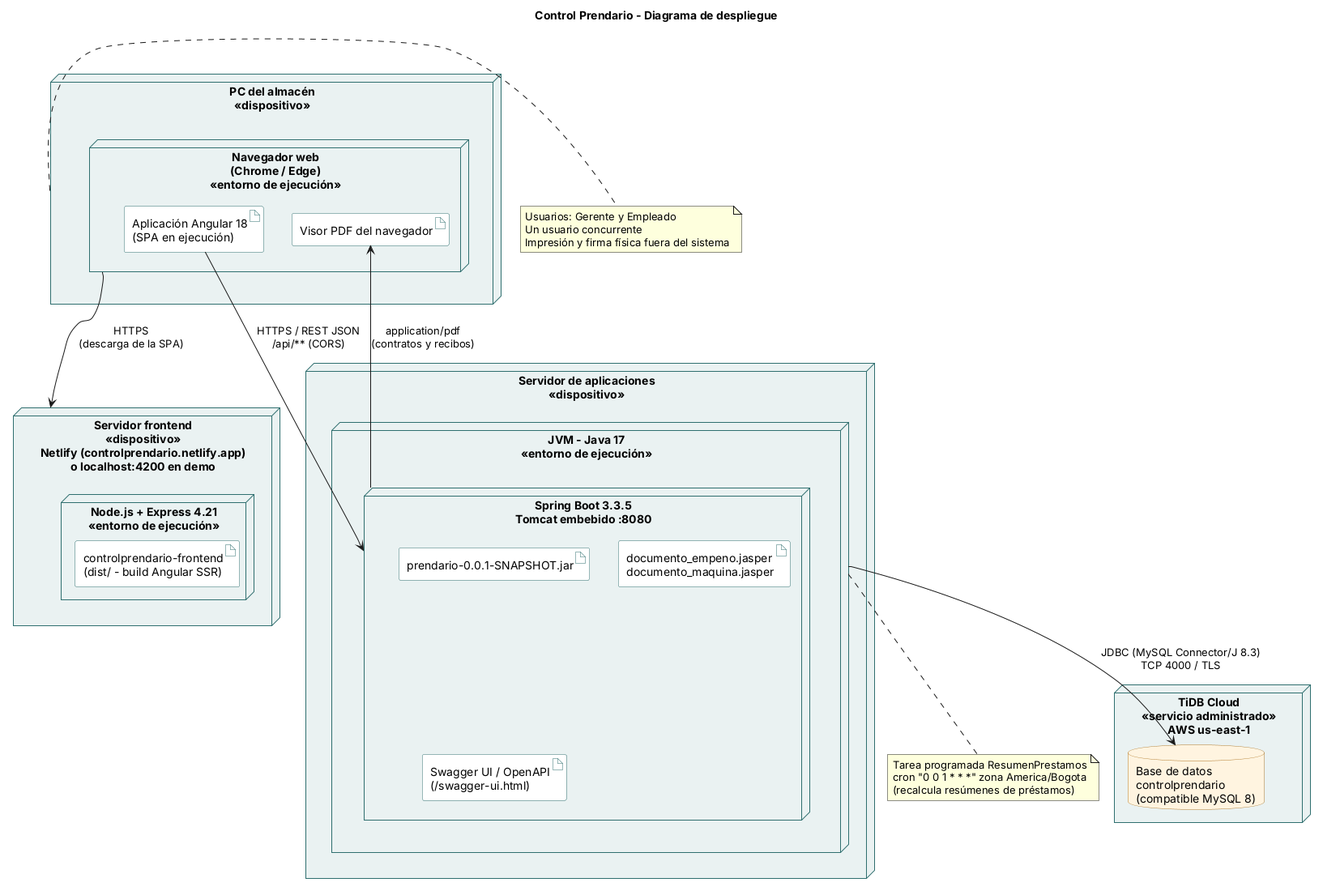
Before: docs/diagramas/png/07-despliegue.png, a diagram exported from PlantUML (ElPiston1870/controlprendario-api). The source it was exported from:
```plantuml
@startuml 07-despliegue
title Control Prendario - Diagrama de despliegue

skinparam shadowing false
skinparam defaultFontName Arial
skinparam node {
  BackgroundColor #EAF2F2
  BorderColor #2F6F6F
}
skinparam artifact {
  BackgroundColor #FFFFFF
  BorderColor #2F6F6F
}
skinparam database {
  BackgroundColor #FFF4E0
  BorderColor #B07A2A
}

node "PC del almacén\n<<dispositivo>>" as pc {
  node "Navegador web\n(Chrome / Edge)\n<<entorno de ejecución>>" as browser {
    artifact "Aplicación Angular 18\n(SPA en ejecución)" as spa
    artifact "Visor PDF del navegador" as visor
  }
}

node "Servidor frontend\n<<dispositivo>>\nNetlify (controlprendario.netlify.app)\no localhost:4200 en demo" as front {
  node "Node.js + Express 4.21\n<<entorno de ejecución>>" as node {
    artifact "controlprendario-frontend\n(dist/ - build Angular SSR)" as dist
  }
}

node "Servidor de aplicaciones\n<<dispositivo>>" as appsrv {
  node "JVM - Java 17\n<<entorno de ejecución>>" as jvm {
    node "Spring Boot 3.3.5\nTomcat embebido :8080" as boot {
      artifact "prendario-0.0.1-SNAPSHOT.jar" as jar
      artifact "documento_empeno.jasper\ndocumento_maquina.jasper" as jasper
      artifact "Swagger UI / OpenAPI\n(/swagger-ui.html)" as swagger
    }
  }
}

node "TiDB Cloud\n<<servicio administrado>>\nAWS us-east-1" as cloud {
  database "Base de datos\ncontrolprendario\n(compatible MySQL 8)" as db
}

browser --> front : HTTPS\n(descarga de la SPA)
spa --> boot : HTTPS / REST JSON\n/api/** (CORS)
boot --> visor : application/pdf\n(contratos y recibos)
jvm --> db : JDBC (MySQL Connector/J 8.3)\nTCP 4000 / TLS

note bottom of jvm
  Tarea programada ResumenPrestamos
  cron "0 0 1 * * *" zona America/Bogota
  (recalcula resúmenes de préstamos)
end note

note right of pc
  Usuarios: Gerente y Empleado
  Un usuario concurrente
  Impresión y firma física fuera del sistema
end note
@enduml
```
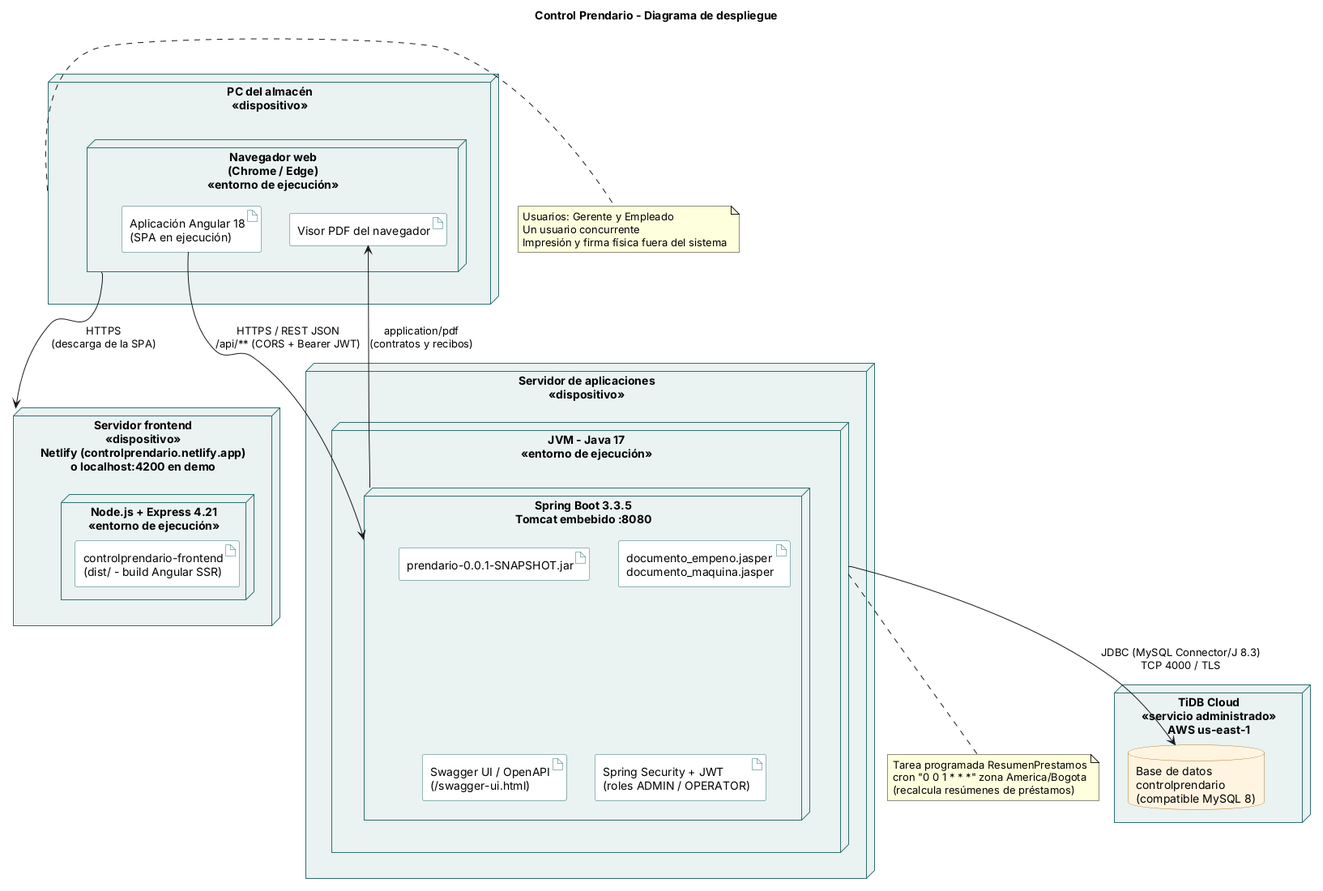
After the commit.

Diff of the diagram source:
```diff
@@ -35,6 +35,7 @@
       artifact "prendario-0.0.1-SNAPSHOT.jar" as jar
       artifact "documento_empeno.jasper\ndocumento_maquina.jasper" as jasper
       artifact "Swagger UI / OpenAPI\n(/swagger-ui.html)" as swagger
+      artifact "Spring Security + JWT\n(roles ADMIN / OPERATOR)" as sec
     }
   }
 }
@@ -44,7 +45,7 @@
 }
 
 browser --> front : HTTPS\n(descarga de la SPA)
-spa --> boot : HTTPS / REST JSON\n/api/** (CORS)
+spa --> boot : HTTPS / REST JSON\n/api/** (CORS + Bearer JWT)
 boot --> visor : application/pdf\n(contratos y recibos)
 jvm --> db : JDBC (MySQL Connector/J 8.3)\nTCP 4000 / TLS
 
```
